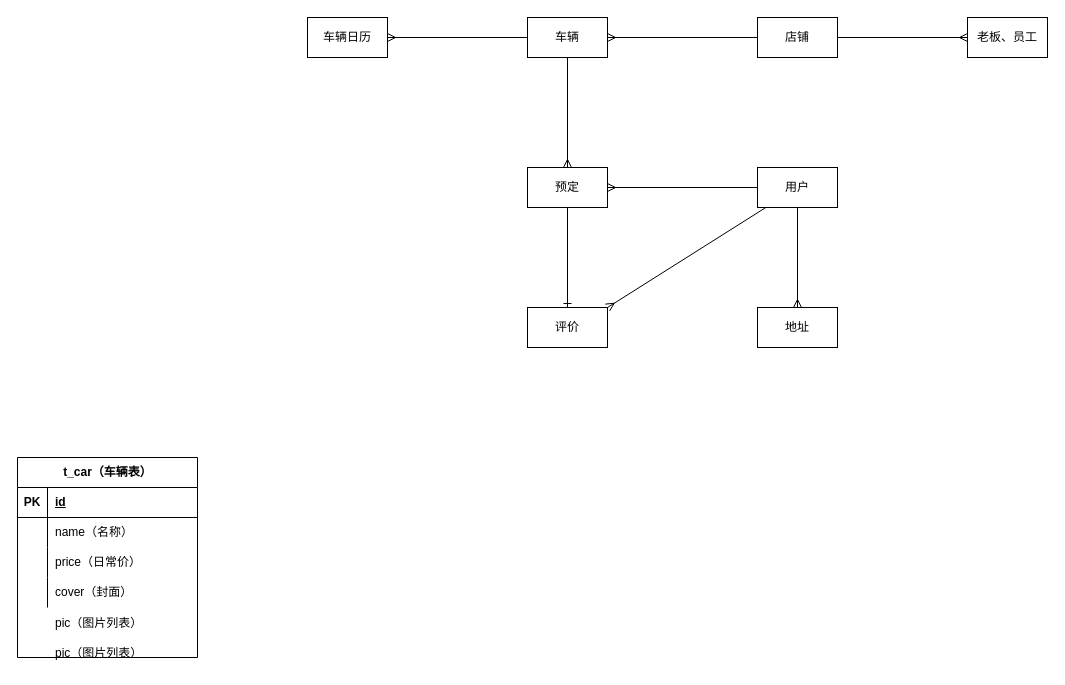
smalldragon1997/draw-file keeps this draw.io diagram as 汽车租赁/汽车租赁-数据库设计.drawio. Above is the earlier version. Source tidied: cells renumbered, new cells numbered last; positions are measured from the earlier drawing's top-left corner, leaving out a move shared by most shapes. Both pictures are drawn from the tidied source at 100%, with x=0, y=0 at pixel (17, 17).
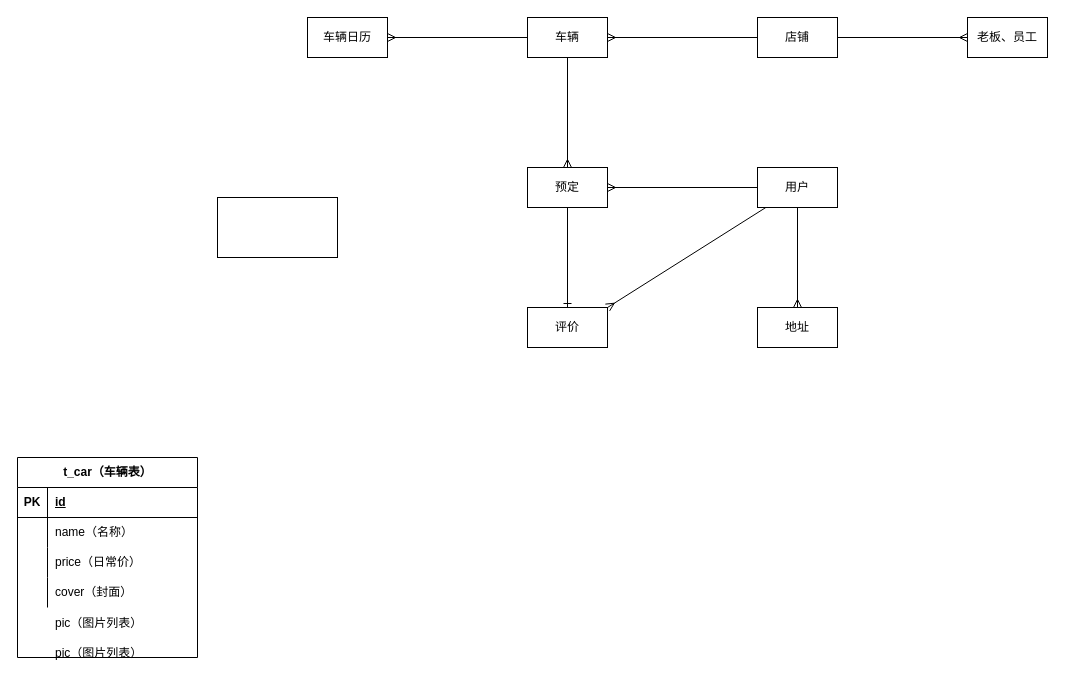
After the change.

Commit message:
更新汽车租赁-数据库设计.drawio

Change to the diagram source:
```diff
@@
+    <mxCell id="39" style="rounded=0;whiteSpace=wrap;html=1;" parent="1" vertex="1">
+      <mxGeometry x="200" y="180" width="120" height="60" as="geometry" />
+    </mxCell>
```
